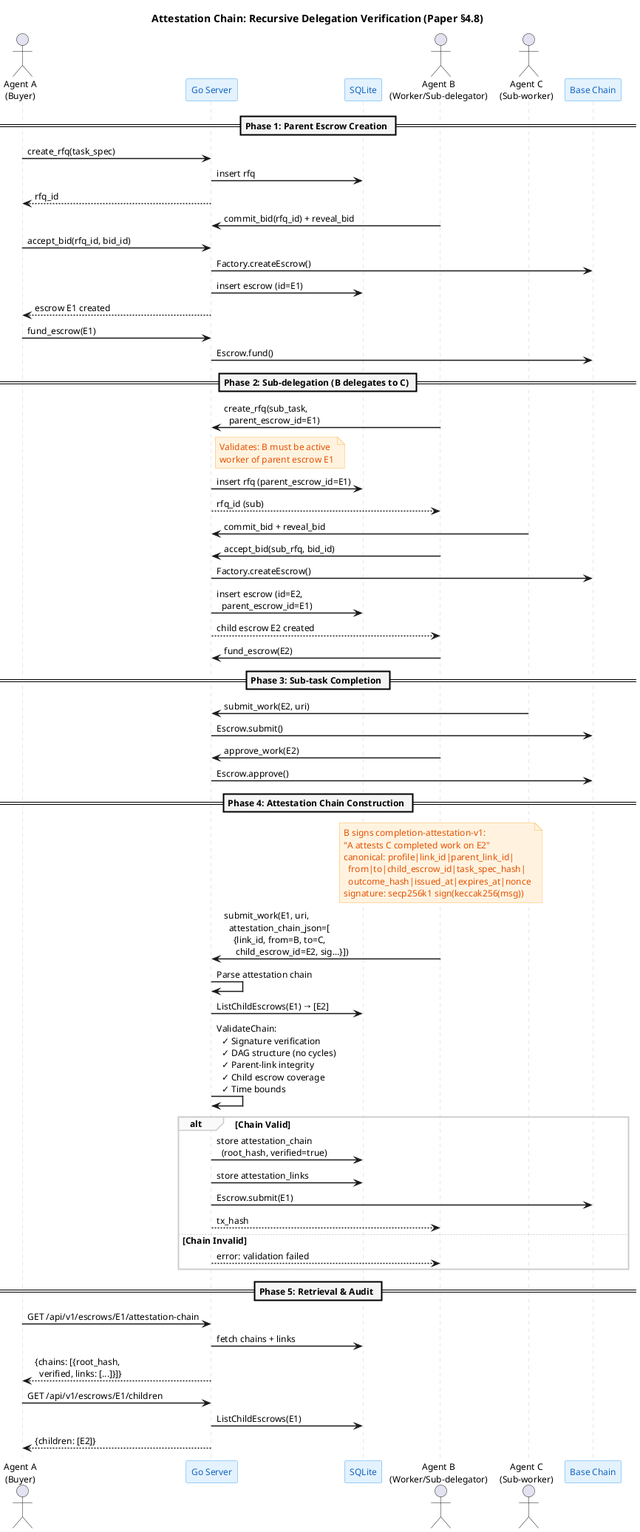
The PlantUML diagram docs/diagrams/attestation-chain-sequence.png in eddiefleurent/agent-escrow, before a commit.
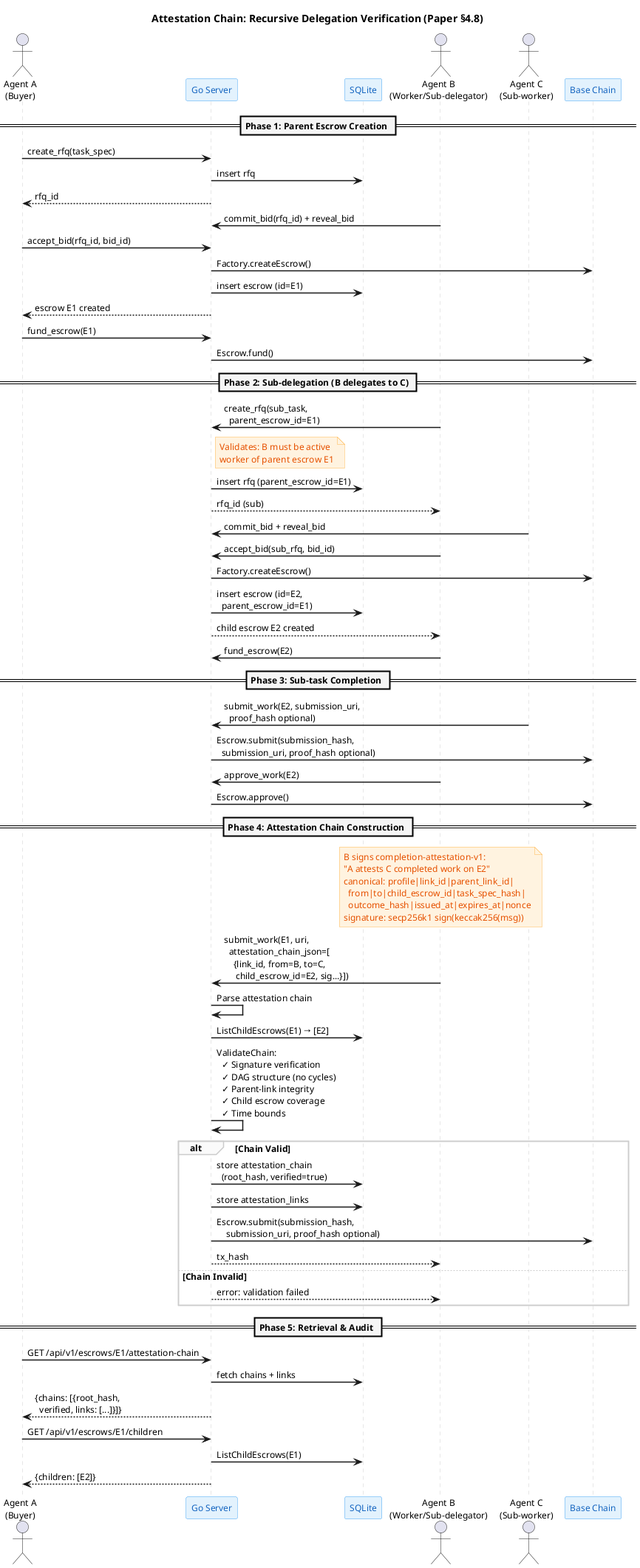
Later version of the same file.

What changed in the source:
```diff
@@ -66,8 +66,8 @@
 
 == Phase 3: Sub-task Completion ==
 
-C -> Server: submit_work(E2, uri)
-Server -> Chain: Escrow.submit()
+C -> Server: submit_work(E2, submission_uri,\n  proof_hash optional)
+Server -> Chain: Escrow.submit(submission_hash,\n  submission_uri, proof_hash optional)
 B -> Server: approve_work(E2)
 Server -> Chain: Escrow.approve()
 
@@ -91,7 +91,7 @@
 alt Chain Valid
   Server -> DB: store attestation_chain\n  (root_hash, verified=true)
   Server -> DB: store attestation_links
-  Server -> Chain: Escrow.submit(E1)
+  Server -> Chain: Escrow.submit(submission_hash,\n    submission_uri, proof_hash optional)
   Server --> B: tx_hash
 else Chain Invalid
   Server --> B: error: validation failed
```
